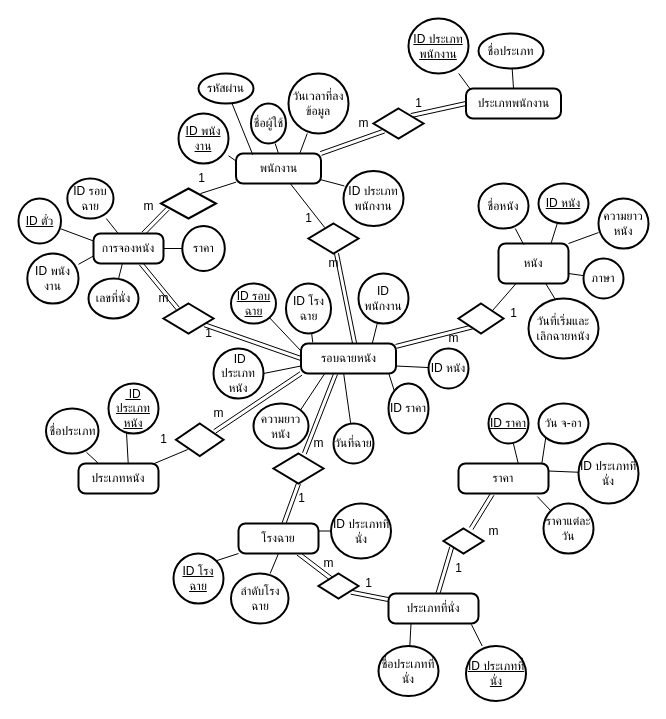
Earlier version of the draw.io diagram ER.drawio (SupawitSaelim/dbms.github.io). Source tidied: cells renumbered, new cells numbered last; positions are measured from the earlier drawing's top-left corner, leaving out a move shared by most shapes. Both pictures are drawn from the tidied source at 100%, with x=0, y=0 at pixel (18, 18).
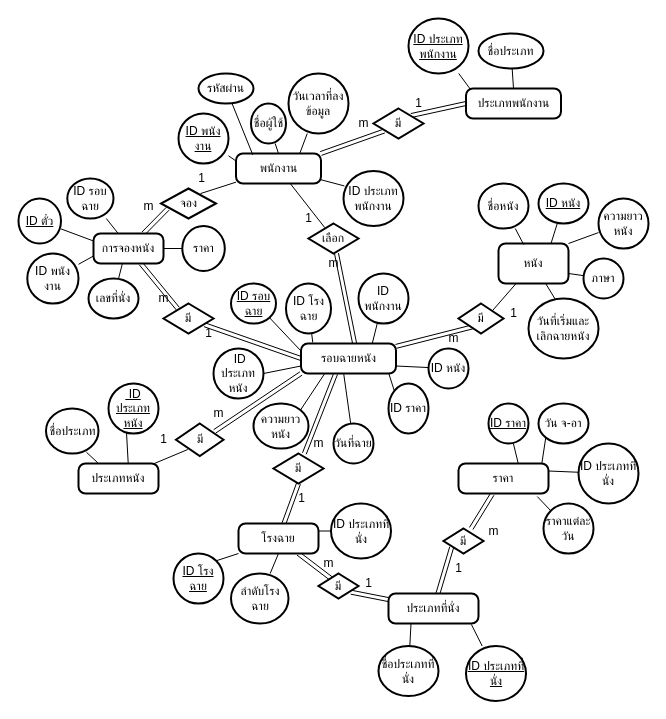
The same page after the edit.

Change to the diagram source:
```diff
@@
-    <mxCell id="26" style="strokeWidth=2;html=1;shape=mxgraph.flowchart.decision;whiteSpace=wrap;" parent="1" vertex="1">
+    <mxCell id="26" value="มี" style="strokeWidth=2;html=1;shape=mxgraph.flowchart.decision;whiteSpace=wrap;" parent="1" vertex="1">
       <mxGeometry x="145" y="285" width="50" height="30" as="geometry" />
     </mxCell>
@@
-    <mxCell id="31" style="strokeWidth=2;html=1;shape=mxgraph.flowchart.decision;whiteSpace=wrap;" parent="1" vertex="1">
+    <mxCell id="31" value="จอง" style="strokeWidth=2;html=1;shape=mxgraph.flowchart.decision;whiteSpace=wrap;" parent="1" vertex="1">
       <mxGeometry x="142.5" y="170" width="55" height="30" as="geometry" />
     </mxCell>
@@
-    <mxCell id="47" style="strokeWidth=2;html=1;shape=mxgraph.flowchart.decision;whiteSpace=wrap;" parent="1" vertex="1">
+    <mxCell id="47" value="เลือก" style="strokeWidth=2;html=1;shape=mxgraph.flowchart.decision;whiteSpace=wrap;" parent="1" vertex="1">
       <mxGeometry x="290" y="205" width="50" height="30" as="geometry" />
     </mxCell>
@@
-    <mxCell id="62" style="strokeWidth=2;html=1;shape=mxgraph.flowchart.decision;whiteSpace=wrap;" parent="1" vertex="1">
+    <mxCell id="62" value="มี" style="strokeWidth=2;html=1;shape=mxgraph.flowchart.decision;whiteSpace=wrap;" parent="1" vertex="1">
       <mxGeometry x="440" y="285" width="45" height="30" as="geometry" />
     </mxCell>
@@
-    <mxCell id="90" style="strokeWidth=2;html=1;shape=mxgraph.flowchart.decision;whiteSpace=wrap;" parent="1" vertex="1">
+    <mxCell id="90" value="มี" style="strokeWidth=2;html=1;shape=mxgraph.flowchart.decision;whiteSpace=wrap;" parent="1" vertex="1">
       <mxGeometry x="255" y="435" width="50" height="30" as="geometry" />
     </mxCell>
@@
-    <mxCell id="100" style="strokeWidth=2;html=1;shape=mxgraph.flowchart.decision;whiteSpace=wrap;" parent="1" vertex="1">
+    <mxCell id="100" value="มี" style="strokeWidth=2;html=1;shape=mxgraph.flowchart.decision;whiteSpace=wrap;" parent="1" vertex="1">
       <mxGeometry x="300" y="555" width="40" height="25" as="geometry" />
     </mxCell>
@@
-    <mxCell id="104" style="strokeWidth=2;html=1;shape=mxgraph.flowchart.decision;whiteSpace=wrap;" parent="1" vertex="1">
+    <mxCell id="104" value="มี" style="strokeWidth=2;html=1;shape=mxgraph.flowchart.decision;whiteSpace=wrap;" parent="1" vertex="1">
       <mxGeometry x="425" y="510" width="40" height="25" as="geometry" />
     </mxCell>
@@
-    <mxCell id="110" style="strokeWidth=2;html=1;shape=mxgraph.flowchart.decision;whiteSpace=wrap;" parent="1" vertex="1">
+    <mxCell id="110" value="มี" style="strokeWidth=2;html=1;shape=mxgraph.flowchart.decision;whiteSpace=wrap;" parent="1" vertex="1">
       <mxGeometry x="157.5" y="405" width="47.5" height="32.5" as="geometry" />
     </mxCell>
@@
-    <mxCell id="119" style="strokeWidth=2;html=1;shape=mxgraph.flowchart.decision;whiteSpace=wrap;" parent="1" vertex="1">
+    <mxCell id="119" value="มี" style="strokeWidth=2;html=1;shape=mxgraph.flowchart.decision;whiteSpace=wrap;" parent="1" vertex="1">
       <mxGeometry x="355" y="90" width="50" height="30" as="geometry" />
     </mxCell>
```
